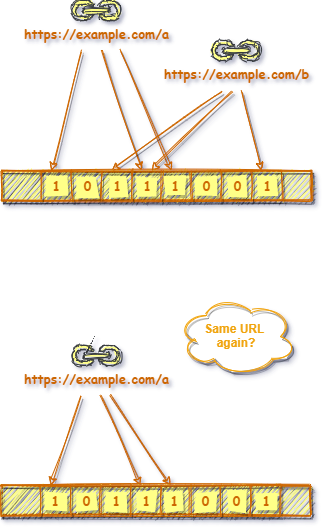
Above: res/bloomfilter.png in vincent-scw/mysearchengine (draw.io), before the change. Source tidied: cells renumbered, new cells last; positions are measured from the earlier drawing's top-left corner, leaving out a move shared by most shapes.
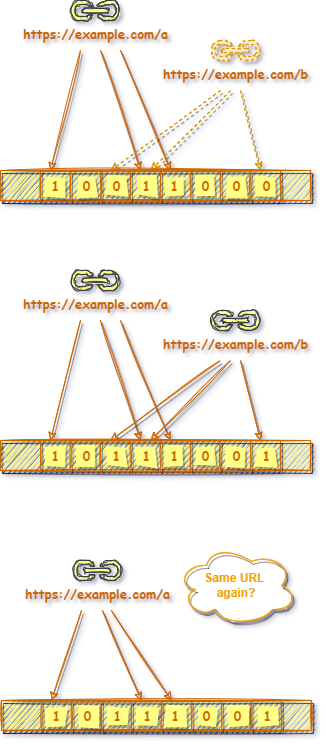
The same diagram one commit later.

Diff of the diagram source:
```diff
@@ -4,36 +4,36 @@
     <mxCell id="1" parent="0" />
     <mxCell id="2" style="rounded=0;sketch=1;orthogonalLoop=1;jettySize=auto;html=1;shadow=1;endArrow=classic;endFill=0;strokeWidth=1;fontFamily=Comic Sans MS;fontSize=13;fontColor=#000000;fillColor=#cce5ff;strokeColor=#CC6600;" parent="1" edge="1">
       <mxGeometry relative="1" as="geometry">
-        <mxPoint x="81" y="50" as="sourcePoint" />
-        <mxPoint x="51" y="170" as="targetPoint" />
+        <mxPoint x="78" y="160" as="sourcePoint" />
+        <mxPoint x="48" y="280" as="targetPoint" />
       </mxGeometry>
     </mxCell>
     <mxCell id="3" style="rounded=0;sketch=1;orthogonalLoop=1;jettySize=auto;html=1;shadow=1;endArrow=classic;endFill=0;strokeWidth=1;fontFamily=Comic Sans MS;fontSize=13;fontColor=#000000;fillColor=#cce5ff;strokeColor=#CC6600;" parent="1" edge="1">
       <mxGeometry relative="1" as="geometry">
-        <mxPoint x="101" y="50" as="sourcePoint" />
-        <mxPoint x="141" y="170" as="targetPoint" />
+        <mxPoint x="98" y="160" as="sourcePoint" />
+        <mxPoint x="138" y="280" as="targetPoint" />
       </mxGeometry>
     </mxCell>
     <mxCell id="4" style="rounded=0;sketch=1;orthogonalLoop=1;jettySize=auto;html=1;shadow=1;endArrow=classic;endFill=0;strokeWidth=1;fontFamily=Comic Sans MS;fontSize=13;fontColor=#000000;fillColor=#cce5ff;strokeColor=#CC6600;" parent="1" edge="1">
       <mxGeometry relative="1" as="geometry">
-        <mxPoint x="121" y="50" as="sourcePoint" />
-        <mxPoint x="171" y="170" as="targetPoint" />
+        <mxPoint x="118" y="160" as="sourcePoint" />
+        <mxPoint x="168" y="280" as="targetPoint" />
       </mxGeometry>
     </mxCell>
     <mxCell id="5" style="rounded=0;sketch=1;orthogonalLoop=1;jettySize=auto;html=1;shadow=1;endArrow=classic;endFill=0;strokeWidth=1;fontFamily=Comic Sans MS;fontSize=13;fontColor=#000000;fillColor=#cce5ff;strokeColor=#CC6600;" parent="1" edge="1">
       <mxGeometry relative="1" as="geometry">
-        <mxPoint x="221" y="90" as="sourcePoint" />
-        <mxPoint x="111" y="170" as="targetPoint" />
+        <mxPoint x="218" y="200" as="sourcePoint" />
+        <mxPoint x="108" y="280" as="targetPoint" />
       </mxGeometry>
     </mxCell>
     <mxCell id="6" style="rounded=0;sketch=1;orthogonalLoop=1;jettySize=auto;html=1;shadow=1;endArrow=classic;endFill=0;strokeWidth=1;fontFamily=Comic Sans MS;fontSize=13;fontColor=#000000;fillColor=#cce5ff;strokeColor=#CC6600;" parent="1" edge="1">
       <mxGeometry relative="1" as="geometry">
-        <mxPoint x="231" y="90" as="sourcePoint" />
-        <mxPoint x="151" y="170" as="targetPoint" />
+        <mxPoint x="228" y="200" as="sourcePoint" />
+        <mxPoint x="148" y="280" as="targetPoint" />
       </mxGeometry>
     </mxCell>
     <mxCell id="7" style="group;shadow=1;sketch=1;fillColor=#ffff88;strokeColor=#CC6600;fontColor=#CC6600;fontStyle=1;fillStyle=auto;fontSize=13;" parent="1" vertex="1">
-      <mxGeometry x="1" y="170" width="310" height="30" as="geometry" />
+      <mxGeometry x="-2" y="280" width="310" height="30" as="geometry" />
     </mxCell>
     <mxCell id="8" style="group;shadow=1;sketch=1;fillColor=#ffff88;strokeColor=#CC6600;fontColor=#CC6600;fontStyle=1;fontSize=13;" parent="7" vertex="1">
       <mxGeometry width="280" height="30" as="geometry" />
@@ -130,36 +130,36 @@
     </mxCell>
     <mxCell id="28" style="rounded=0;sketch=1;orthogonalLoop=1;jettySize=auto;html=1;shadow=1;endArrow=classic;endFill=0;strokeWidth=1;fontFamily=Comic Sans MS;fontSize=13;fontColor=#000000;fillColor=#cce5ff;strokeColor=#CC6600;" parent="1" edge="1">
       <mxGeometry relative="1" as="geometry">
-        <mxPoint x="241" y="90" as="sourcePoint" />
-        <mxPoint x="261" y="170" as="targetPoint" />
+        <mxPoint x="238" y="200" as="sourcePoint" />
+        <mxPoint x="258" y="280" as="targetPoint" />
       </mxGeometry>
     </mxCell>
     <mxCell id="29" value="https://example.com/a" style="shadow=0;dashed=0;html=1;strokeColor=#36393d;fillColor=#ffff88;labelPosition=center;verticalLabelPosition=bottom;verticalAlign=top;align=center;shape=mxgraph.office.concepts.link;labelBackgroundColor=none;sketch=1;fontFamily=Comic Sans MS;fontSize=13;fontColor=#CC6600;fontStyle=1;fillStyle=solid;" parent="1" vertex="1">
-      <mxGeometry x="71" width="50" height="20" as="geometry" />
+      <mxGeometry x="68" y="110" width="50" height="20" as="geometry" />
     </mxCell>
     <mxCell id="30" value="https://example.com/b" style="shadow=0;dashed=0;html=1;strokeColor=#36393d;fillColor=#ffff88;labelPosition=center;verticalLabelPosition=bottom;verticalAlign=top;align=center;shape=mxgraph.office.concepts.link;labelBackgroundColor=none;sketch=1;fontFamily=Comic Sans MS;fontSize=13;fontColor=#CC6600;fontStyle=1;fillStyle=solid;" parent="1" vertex="1">
-      <mxGeometry x="211" y="40" width="50" height="20" as="geometry" />
+      <mxGeometry x="208" y="150" width="50" height="20" as="geometry" />
     </mxCell>
     <mxCell id="31" style="rounded=0;sketch=1;orthogonalLoop=1;jettySize=auto;html=1;shadow=1;endArrow=classic;endFill=0;strokeWidth=1;fontFamily=Comic Sans MS;fontSize=13;fontColor=#000000;fillColor=#cce5ff;strokeColor=#CC6600;" parent="1" edge="1">
       <mxGeometry relative="1" as="geometry">
-        <mxPoint x="80" y="395" as="sourcePoint" />
-        <mxPoint x="50" y="485" as="targetPoint" />
+        <mxPoint x="79" y="450" as="sourcePoint" />
+        <mxPoint x="49" y="540" as="targetPoint" />
       </mxGeometry>
     </mxCell>
     <mxCell id="32" style="rounded=0;sketch=1;orthogonalLoop=1;jettySize=auto;html=1;shadow=1;endArrow=classic;endFill=0;strokeWidth=1;fontFamily=Comic Sans MS;fontSize=13;fontColor=#000000;fillColor=#cce5ff;strokeColor=#CC6600;" parent="1" edge="1">
       <mxGeometry relative="1" as="geometry">
-        <mxPoint x="101" y="395" as="sourcePoint" />
-        <mxPoint x="140" y="485" as="targetPoint" />
+        <mxPoint x="100" y="450" as="sourcePoint" />
+        <mxPoint x="139" y="540" as="targetPoint" />
       </mxGeometry>
     </mxCell>
     <mxCell id="33" style="rounded=0;sketch=1;orthogonalLoop=1;jettySize=auto;html=1;shadow=1;endArrow=classic;endFill=0;strokeWidth=1;fontFamily=Comic Sans MS;fontSize=13;fontColor=#000000;fillColor=#cce5ff;strokeColor=#CC6600;" parent="1" edge="1">
       <mxGeometry relative="1" as="geometry">
-        <mxPoint x="110" y="395" as="sourcePoint" />
-        <mxPoint x="170" y="485" as="targetPoint" />
+        <mxPoint x="109" y="450" as="sourcePoint" />
+        <mxPoint x="169" y="540" as="targetPoint" />
       </mxGeometry>
     </mxCell>
     <mxCell id="34" style="group;shadow=1;sketch=1;fillColor=#ffff88;strokeColor=#CC6600;fontColor=#CC6600;fontStyle=1;fillStyle=auto;fontSize=13;" parent="1" vertex="1">
-      <mxGeometry y="485" width="310" height="30" as="geometry" />
+      <mxGeometry x="-1" y="540" width="310" height="30" as="geometry" />
     </mxCell>
     <mxCell id="35" style="group;shadow=1;sketch=1;fillColor=#ffff88;strokeColor=#CC6600;fontColor=#CC6600;fontStyle=1;fontSize=13;" parent="34" vertex="1">
       <mxGeometry width="280" height="30" as="geometry" />
@@ -255,10 +255,148 @@
       </mxGeometry>
     </mxCell>
     <mxCell id="55" value="https://example.com/a" style="shadow=0;dashed=0;html=1;strokeColor=#36393d;fillColor=#ffff88;labelPosition=center;verticalLabelPosition=bottom;verticalAlign=top;align=center;shape=mxgraph.office.concepts.link;labelBackgroundColor=none;sketch=1;fontFamily=Comic Sans MS;fontSize=13;fontColor=#CC6600;fontStyle=1;fillStyle=solid;" parent="1" vertex="1">
-      <mxGeometry x="71" y="345" width="50" height="20" as="geometry" />
+      <mxGeometry x="70" y="400" width="50" height="20" as="geometry" />
     </mxCell>
     <mxCell id="56" value="Same URL &lt;br&gt;again?" style="ellipse;shape=cloud;whiteSpace=wrap;html=1;shadow=1;strokeColor=#F0A30A;fontColor=#F0A30A;fontStyle=1;sketch=1;" parent="1" vertex="1">
-      <mxGeometry x="176" y="295" width="120" height="80" as="geometry" />
+      <mxGeometry x="174" y="385" width="120" height="80" as="geometry" />
     </mxCell>
+    <mxCell id="57" style="rounded=0;sketch=1;orthogonalLoop=1;jettySize=auto;html=1;shadow=1;endArrow=classic;endFill=0;strokeWidth=1;fontFamily=Comic Sans MS;fontSize=13;fontColor=#000000;fillColor=#cce5ff;strokeColor=#CC6600;" parent="1" edge="1">
+      <mxGeometry relative="1" as="geometry">
+        <mxPoint x="78" y="-110" as="sourcePoint" />
+        <mxPoint x="48" y="10" as="targetPoint" />
+      </mxGeometry>
+    </mxCell>
+    <mxCell id="58" style="rounded=0;sketch=1;orthogonalLoop=1;jettySize=auto;html=1;shadow=1;endArrow=classic;endFill=0;strokeWidth=1;fontFamily=Comic Sans MS;fontSize=13;fontColor=#000000;fillColor=#cce5ff;strokeColor=#CC6600;" parent="1" edge="1">
+      <mxGeometry relative="1" as="geometry">
+        <mxPoint x="98" y="-110" as="sourcePoint" />
+        <mxPoint x="138" y="10" as="targetPoint" />
+      </mxGeometry>
+    </mxCell>
+    <mxCell id="59" style="rounded=0;sketch=1;orthogonalLoop=1;jettySize=auto;html=1;shadow=1;endArrow=classic;endFill=0;strokeWidth=1;fontFamily=Comic Sans MS;fontSize=13;fontColor=#000000;fillColor=#cce5ff;strokeColor=#CC6600;" parent="1" edge="1">
+      <mxGeometry relative="1" as="geometry">
+        <mxPoint x="118" y="-110" as="sourcePoint" />
+        <mxPoint x="168" y="10" as="targetPoint" />
+      </mxGeometry>
+    </mxCell>
+    <mxCell id="60" style="rounded=0;sketch=1;orthogonalLoop=1;jettySize=auto;html=1;shadow=1;endArrow=classic;endFill=0;strokeWidth=1;fontFamily=Comic Sans MS;fontSize=13;fontColor=#000000;fillColor=#ffe6cc;strokeColor=#d79b00;dashed=1;" parent="1" edge="1">
+      <mxGeometry relative="1" as="geometry">
+        <mxPoint x="218" y="-70" as="sourcePoint" />
+        <mxPoint x="108" y="10" as="targetPoint" />
+      </mxGeometry>
+    </mxCell>
+    <mxCell id="61" style="rounded=0;sketch=1;orthogonalLoop=1;jettySize=auto;html=1;shadow=1;endArrow=classic;endFill=0;strokeWidth=1;fontFamily=Comic Sans MS;fontSize=13;fontColor=#000000;fillColor=#ffe6cc;strokeColor=#d79b00;dashed=1;" parent="1" edge="1">
+      <mxGeometry relative="1" as="geometry">
+        <mxPoint x="228" y="-70" as="sourcePoint" />
+        <mxPoint x="148" y="10" as="targetPoint" />
+      </mxGeometry>
+    </mxCell>
+    <mxCell id="62" style="group;shadow=1;sketch=1;fillColor=#ffff88;strokeColor=#CC6600;fontColor=#CC6600;fontStyle=1;fillStyle=auto;fontSize=13;" parent="1" vertex="1">
+      <mxGeometry x="-2" y="10" width="310" height="30" as="geometry" />
+    </mxCell>
+    <mxCell id="63" style="group;shadow=1;sketch=1;fillColor=#ffff88;strokeColor=#CC6600;fontColor=#CC6600;fontStyle=1;fontSize=13;" parent="62" vertex="1">
+      <mxGeometry width="280" height="30" as="geometry" />
+    </mxCell>
+    <mxCell id="64" style="endArrow=none;html=1;shadow=1;strokeWidth=1;fontFamily=Comic Sans MS;fontSize=13;sketch=1;fontStyle=1;fillColor=#ffff88;strokeColor=#CC6600;fontColor=#CC6600;" parent="63" edge="1">
+      <mxGeometry relative="1" as="geometry">
+        <mxPoint as="sourcePoint" />
+        <mxPoint x="310" as="targetPoint" />
+      </mxGeometry>
+    </mxCell>
+    <mxCell id="65" style="endArrow=none;html=1;shadow=1;strokeWidth=1;fontFamily=Comic Sans MS;fontSize=13;sketch=1;fontStyle=1;fillColor=#ffff88;strokeColor=#CC6600;fontColor=#CC6600;" parent="63" edge="1">
+      <mxGeometry relative="1" as="geometry">
+        <mxPoint y="30" as="sourcePoint" />
+        <mxPoint x="310" y="30" as="targetPoint" />
+      </mxGeometry>
+    </mxCell>
+    <mxCell id="66" style="endArrow=none;html=1;shadow=1;strokeWidth=1;fontFamily=Comic Sans MS;fontSize=13;sketch=1;fontStyle=1;fillColor=#ffff88;strokeColor=#CC6600;fontColor=#CC6600;" parent="63" edge="1">
+      <mxGeometry relative="1" as="geometry">
+        <mxPoint x="40" y="30" as="sourcePoint" />
+        <mxPoint x="40" as="targetPoint" />
+      </mxGeometry>
+    </mxCell>
+    <mxCell id="67" style="endArrow=none;html=1;shadow=1;strokeWidth=1;fontFamily=Comic Sans MS;fontSize=13;sketch=1;fontStyle=1;fillColor=#ffff88;strokeColor=#CC6600;fontColor=#CC6600;" parent="63" edge="1">
+      <mxGeometry relative="1" as="geometry">
+        <mxPoint x="70" y="30" as="sourcePoint" />
+        <mxPoint x="70" as="targetPoint" />
+      </mxGeometry>
+    </mxCell>
+    <mxCell id="68" style="endArrow=none;html=1;shadow=1;strokeWidth=1;fontFamily=Comic Sans MS;fontSize=13;sketch=1;fontStyle=1;fillColor=#ffff88;strokeColor=#CC6600;fontColor=#CC6600;" parent="63" edge="1">
+      <mxGeometry relative="1" as="geometry">
+        <mxPoint x="100" y="30" as="sourcePoint" />
+        <mxPoint x="100" as="targetPoint" />
+      </mxGeometry>
+    </mxCell>
+    <mxCell id="69" style="endArrow=none;html=1;shadow=1;strokeWidth=1;fontFamily=Comic Sans MS;fontSize=13;sketch=1;fontStyle=1;fillColor=#ffff88;strokeColor=#CC6600;fontColor=#CC6600;" parent="63" edge="1">
+      <mxGeometry relative="1" as="geometry">
+        <mxPoint x="130" y="30" as="sourcePoint" />
+        <mxPoint x="130" as="targetPoint" />
+      </mxGeometry>
+    </mxCell>
+    <mxCell id="70" style="endArrow=none;html=1;shadow=1;strokeWidth=1;fontFamily=Comic Sans MS;fontSize=13;sketch=1;fontStyle=1;fillColor=#ffff88;strokeColor=#CC6600;fontColor=#CC6600;" parent="63" edge="1">
+      <mxGeometry relative="1" as="geometry">
+        <mxPoint x="160" y="30" as="sourcePoint" />
+        <mxPoint x="160" as="targetPoint" />
+      </mxGeometry>
+    </mxCell>
+    <mxCell id="71" style="endArrow=none;html=1;shadow=1;strokeWidth=1;fontFamily=Comic Sans MS;fontSize=13;sketch=1;fontStyle=1;fillColor=#ffff88;strokeColor=#CC6600;fontColor=#CC6600;" parent="63" edge="1">
+      <mxGeometry relative="1" as="geometry">
+        <mxPoint x="190" y="30" as="sourcePoint" />
+        <mxPoint x="190" as="targetPoint" />
+      </mxGeometry>
+    </mxCell>
+    <mxCell id="72" style="endArrow=none;html=1;shadow=1;strokeWidth=1;fontFamily=Comic Sans MS;fontSize=13;sketch=1;fontStyle=1;fillColor=#ffff88;strokeColor=#CC6600;fontColor=#CC6600;" parent="63" edge="1">
+      <mxGeometry relative="1" as="geometry">
+        <mxPoint x="220" y="30" as="sourcePoint" />
+        <mxPoint x="220" as="targetPoint" />
+      </mxGeometry>
+    </mxCell>
+    <mxCell id="73" style="endArrow=none;html=1;shadow=1;strokeWidth=1;fontFamily=Comic Sans MS;fontSize=13;sketch=1;fontStyle=1;fillColor=#ffff88;strokeColor=#CC6600;fontColor=#CC6600;" parent="63" edge="1">
+      <mxGeometry relative="1" as="geometry">
+        <mxPoint x="250" y="30" as="sourcePoint" />
+        <mxPoint x="250" as="targetPoint" />
+      </mxGeometry>
+    </mxCell>
+    <mxCell id="74" value="1" style="text;html=1;align=center;verticalAlign=middle;fontSize=13;fontFamily=Comic Sans MS;sketch=1;fontStyle=1;shadow=1;fillColor=#ffff88;fontColor=#CC6600;fillStyle=solid;" parent="63" vertex="1">
+      <mxGeometry x="45" y="6" width="20" height="20" as="geometry" />
+    </mxCell>
+    <mxCell id="75" value="0" style="text;html=1;align=center;verticalAlign=middle;fontSize=13;fontFamily=Comic Sans MS;sketch=1;fontStyle=1;shadow=1;fillColor=#ffff88;fontColor=#CC6600;fillStyle=solid;" parent="63" vertex="1">
+      <mxGeometry x="106" y="6" width="20" height="20" as="geometry" />
+    </mxCell>
+    <mxCell id="76" value="1" style="text;html=1;align=center;verticalAlign=middle;fontSize=13;fontFamily=Comic Sans MS;sketch=1;fontStyle=1;shadow=1;fillColor=#ffff88;fontColor=#CC6600;fillStyle=solid;" parent="63" vertex="1">
+      <mxGeometry x="163.5" y="6" width="20" height="20" as="geometry" />
+    </mxCell>
+    <mxCell id="77" value="1" style="text;html=1;align=center;verticalAlign=middle;fontSize=13;fontFamily=Comic Sans MS;sketch=1;fontStyle=1;shadow=1;fillColor=#ffff88;fontColor=#CC6600;fillStyle=solid;" parent="63" vertex="1">
+      <mxGeometry x="136" y="6" width="20" height="20" as="geometry" />
+    </mxCell>
+    <mxCell id="78" value="0" style="text;html=1;align=center;verticalAlign=middle;fontSize=13;fontFamily=Comic Sans MS;sketch=1;fontStyle=1;shadow=1;fillColor=#ffff88;fontColor=#CC6600;fillStyle=solid;" parent="63" vertex="1">
+      <mxGeometry x="76" y="6" width="20" height="20" as="geometry" />
+    </mxCell>
+    <mxCell id="79" value="0" style="text;html=1;align=center;verticalAlign=middle;fontSize=13;fontFamily=Comic Sans MS;sketch=1;fontStyle=1;shadow=1;fillColor=#ffff88;fontColor=#CC6600;fillStyle=solid;" parent="63" vertex="1">
+      <mxGeometry x="195" y="6" width="20" height="20" as="geometry" />
+    </mxCell>
+    <mxCell id="80" value="0" style="text;html=1;align=center;verticalAlign=middle;fontSize=13;fontFamily=Comic Sans MS;sketch=1;fontStyle=1;shadow=1;fillColor=#ffff88;fontColor=#CC6600;fillStyle=solid;" parent="63" vertex="1">
+      <mxGeometry x="226" y="6" width="20" height="20" as="geometry" />
+    </mxCell>
+    <mxCell id="81" value="0" style="text;html=1;align=center;verticalAlign=middle;fontSize=13;fontFamily=Comic Sans MS;sketch=1;fontStyle=1;shadow=1;fillColor=#ffff88;fontColor=#CC6600;fillStyle=solid;" parent="63" vertex="1">
+      <mxGeometry x="256" y="6" width="20" height="20" as="geometry" />
+    </mxCell>
+    <mxCell id="82" style="endArrow=none;html=1;shadow=1;strokeWidth=1;fontFamily=Comic Sans MS;fontSize=13;fontColor=#CC6600;sketch=1;fillColor=#ffff88;strokeColor=#CC6600;fontStyle=1;" parent="62" edge="1">
+      <mxGeometry relative="1" as="geometry">
+        <mxPoint x="310" y="30" as="sourcePoint" />
+        <mxPoint x="310" as="targetPoint" />
+      </mxGeometry>
+    </mxCell>
+    <mxCell id="83" style="rounded=0;sketch=1;orthogonalLoop=1;jettySize=auto;html=1;shadow=1;endArrow=classic;endFill=0;strokeWidth=1;fontFamily=Comic Sans MS;fontSize=13;fontColor=#000000;fillColor=#ffe6cc;strokeColor=#d79b00;dashed=1;" parent="1" edge="1">
+      <mxGeometry relative="1" as="geometry">
+        <mxPoint x="238" y="-70" as="sourcePoint" />
+        <mxPoint x="258" y="10" as="targetPoint" />
+      </mxGeometry>
+    </mxCell>
+    <mxCell id="84" value="https://example.com/a" style="shadow=0;dashed=0;html=1;strokeColor=#36393d;fillColor=#ffff88;labelPosition=center;verticalLabelPosition=bottom;verticalAlign=top;align=center;shape=mxgraph.office.concepts.link;labelBackgroundColor=none;sketch=1;fontFamily=Comic Sans MS;fontSize=13;fontColor=#CC6600;fontStyle=1;fillStyle=solid;" parent="1" vertex="1">
+      <mxGeometry x="68" y="-160" width="50" height="20" as="geometry" />
+    </mxCell>
+    <mxCell id="85" value="https://example.com/b" style="shadow=0;dashed=1;html=1;strokeColor=#d79b00;fillColor=#ffe6cc;labelPosition=center;verticalLabelPosition=bottom;verticalAlign=top;align=center;shape=mxgraph.office.concepts.link;labelBackgroundColor=none;sketch=1;fontFamily=Comic Sans MS;fontSize=13;fontStyle=1;fillStyle=solid;fontColor=#CC6600;" parent="1" vertex="1">
+      <mxGeometry x="208" y="-120" width="50" height="20" as="geometry" />
+    </mxCell>
   </root>
 </mxGraphModel>
```
